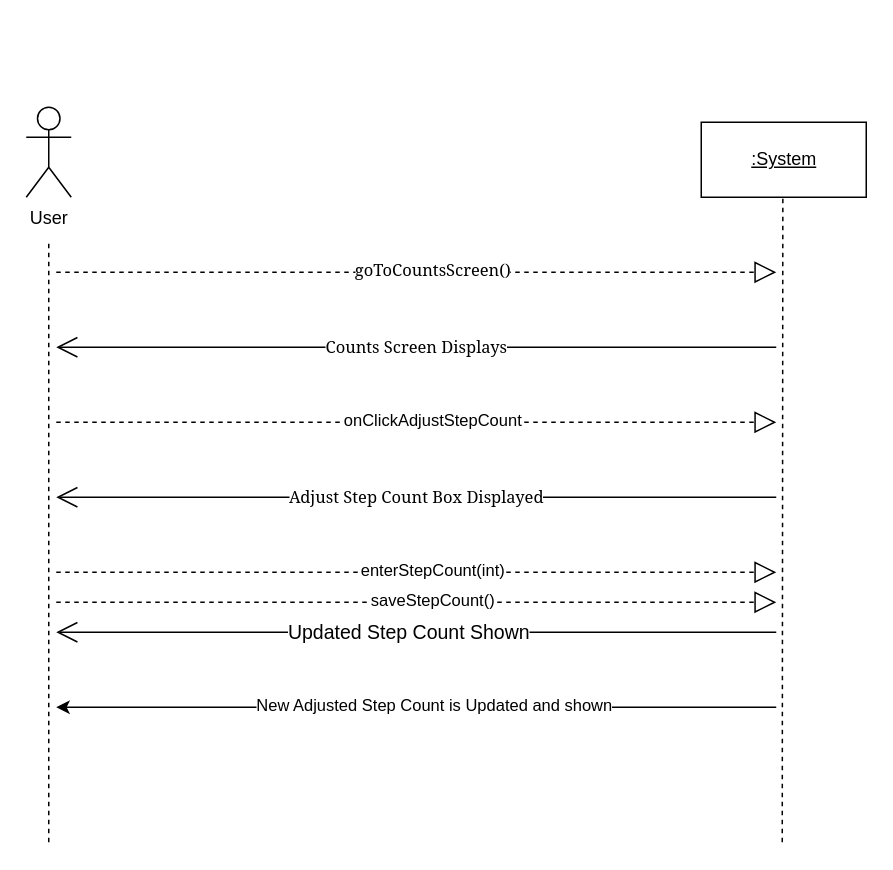
Esaied19/Team-Albatross keeps this draw.io diagram as SSD - Manually Adjust Step Count.drawio. Above is the earlier version. Source tidied: cells renumbered, new cells numbered last; positions are measured from the earlier drawing's top-left corner, leaving out a move shared by most shapes. Both pictures are drawn from the tidied source at 150%, with x=0, y=0 at pixel (26, 106).
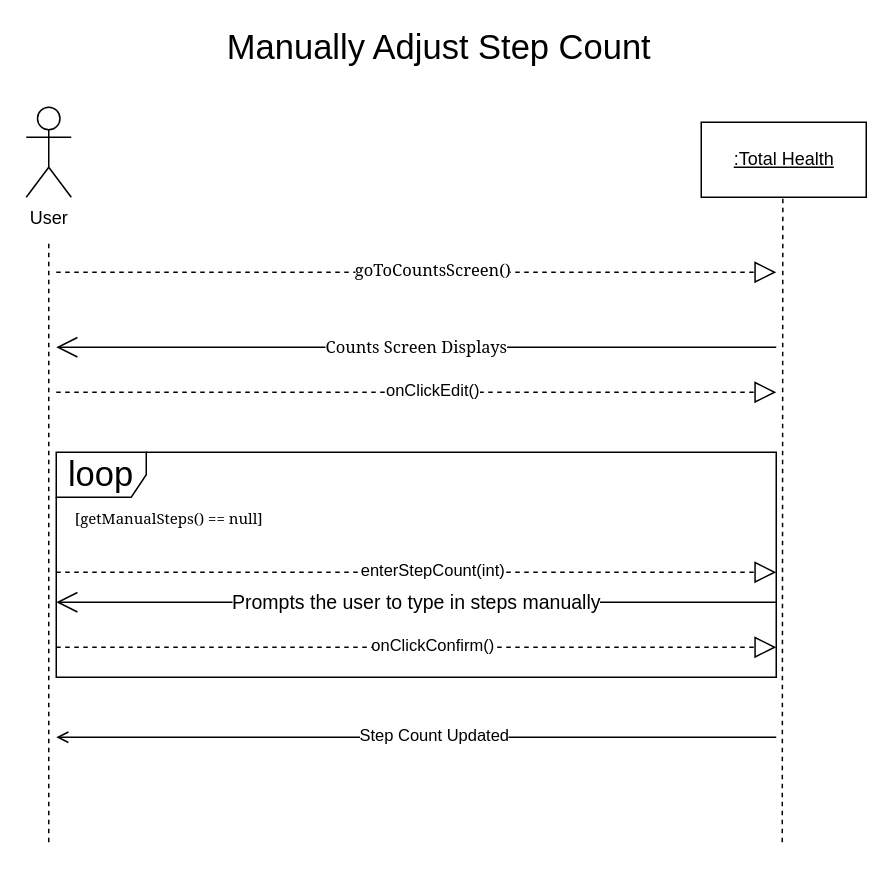
Above is the later version.

Diff of the diagram source:
```diff
@@
+    <mxCell id="19" value="loop" style="shape=umlFrame;whiteSpace=wrap;html=1;fontSize=23;" parent="1" vertex="1">
+      <mxGeometry x="20" y="230" width="480" height="150" as="geometry" />
+    </mxCell>
@@
-    <mxCell id="3" value="&lt;u&gt;:System&lt;/u&gt;" style="html=1;" parent="1" vertex="1">
+    <mxCell id="3" value="&lt;u&gt;:Total Health&lt;br&gt;&lt;/u&gt;" style="html=1;" parent="1" vertex="1">
       <mxGeometry x="450" y="10" width="110" height="50" as="geometry" />
     </mxCell>
@@
     <mxCell id="9" style="endArrow=block;dashed=1;endFill=0;endSize=12;html=1;rounded=0;" parent="1" edge="1">
       <mxGeometry relative="1" as="geometry">
-        <mxPoint x="20" y="210" as="sourcePoint" />
-        <mxPoint x="500" y="210" as="targetPoint" />
+        <mxPoint x="20" y="190" as="sourcePoint" />
+        <mxPoint x="500" y="190" as="targetPoint" />
       </mxGeometry>
     </mxCell>
-    <mxCell id="10" value="onClickAdjustStepCount" style="edgeLabel;html=1;align=center;verticalAlign=middle;" parent="9" vertex="1">
+    <mxCell id="10" value="onClickEdit()" style="edgeLabel;html=1;align=center;verticalAlign=middle;" parent="9" vertex="1">
       <mxGeometry x="0.04" y="2" relative="1" as="geometry" />
     </mxCell>
-    <mxCell id="11" value="&lt;font face=&quot;Georgia&quot;&gt;Adjust Step Count Box Displayed&lt;/font&gt;" style="endArrow=open;endFill=1;endSize=12;html=1;rounded=0;" parent="1" edge="1">
+    <mxCell id="11" value="&lt;span style=&quot;font-size: 13px ; color: #000000 ; font-weight: normal ; text-decoration: none ; font-family: &amp;#34;arial&amp;#34; ; font-style: normal&quot;&gt;Prompts the user to type in steps manually&lt;/span&gt;" style="endArrow=open;endFill=1;endSize=12;html=1;rounded=0;" parent="1" edge="1">
       <mxGeometry relative="1" as="geometry">
-        <mxPoint x="500" y="260" as="sourcePoint" />
-        <mxPoint x="20" y="260" as="targetPoint" />
+        <mxPoint x="500" y="330" as="sourcePoint" />
+        <mxPoint x="20" y="330" as="targetPoint" />
       </mxGeometry>
     </mxCell>
-    <mxCell id="12" value="&lt;span style=&quot;font-size: 13px ; color: #000000 ; font-weight: normal ; text-decoration: none ; font-family: &amp;#34;arial&amp;#34; ; font-style: normal&quot;&gt;Updated Step Count Shown&lt;/span&gt;" style="endArrow=open;endFill=1;endSize=12;html=1;rounded=0;" parent="1" edge="1">
-      <mxGeometry x="0.02" relative="1" as="geometry">
-        <mxPoint x="500" y="350" as="sourcePoint" />
-        <mxPoint x="20" y="350" as="targetPoint" />
-      </mxGeometry>
-    </mxCell>
@@
-    <mxCell id="15" style="endArrow=classic;html=1;rounded=0;fontFamily=Georgia;" parent="1" edge="1">
+    <mxCell id="15" style="endArrow=open;html=1;rounded=0;fontFamily=Georgia;endFill=0;strokeWidth=1;" parent="1" edge="1">
       <mxGeometry relative="1" as="geometry">
-        <mxPoint x="500" y="400" as="sourcePoint" />
-        <mxPoint x="20" y="400" as="targetPoint" />
+        <mxPoint x="500" y="420" as="sourcePoint" />
+        <mxPoint x="20" y="420" as="targetPoint" />
       </mxGeometry>
     </mxCell>
-    <mxCell id="16" value="New Adjusted Step Count is Updated and shown" style="edgeLabel;html=1;align=center;verticalAlign=middle;" parent="15" vertex="1">
+    <mxCell id="16" value="Step Count Updated" style="edgeLabel;html=1;align=center;verticalAlign=middle;" parent="15" vertex="1">
       <mxGeometry x="0.17" y="-2" relative="1" as="geometry">
         <mxPoint x="52" as="offset" />
       </mxGeometry>
     </mxCell>
     <mxCell id="17" style="endArrow=block;dashed=1;endFill=0;endSize=12;html=1;rounded=0;" parent="1" edge="1">
       <mxGeometry relative="1" as="geometry">
-        <mxPoint x="20" y="330" as="sourcePoint" />
-        <mxPoint x="500" y="330" as="targetPoint" />
+        <mxPoint x="20" y="360" as="sourcePoint" />
+        <mxPoint x="500" y="360" as="targetPoint" />
       </mxGeometry>
     </mxCell>
-    <mxCell id="18" value="saveStepCount()" style="edgeLabel;html=1;align=center;verticalAlign=middle;" parent="17" vertex="1">
+    <mxCell id="18" value="onClickConfirm()" style="edgeLabel;html=1;align=center;verticalAlign=middle;" parent="17" vertex="1">
       <mxGeometry x="0.04" y="2" relative="1" as="geometry" />
     </mxCell>
+    <mxCell id="20" value="&lt;font style=&quot;font-size: 23px&quot;&gt;Manually Adjust Step Count&lt;br&gt;&lt;/font&gt;" style="text;html=1;align=center;verticalAlign=middle;strokeColor=none;fillColor=none;" parent="1" vertex="1">
+      <mxGeometry x="125" y="-50" width="300" height="20" as="geometry" />
+    </mxCell>
+    <mxCell id="21" value="&lt;font style=&quot;font-size: 10px&quot; face=&quot;Georgia&quot;&gt;[getManualSteps() == null] &lt;/font&gt;" style="text;html=1;align=center;verticalAlign=middle;strokeColor=none;fillColor=none;fontSize=23;" parent="1" vertex="1">
+      <mxGeometry x="25" y="250" width="140" height="40" as="geometry" />
+    </mxCell>
```
